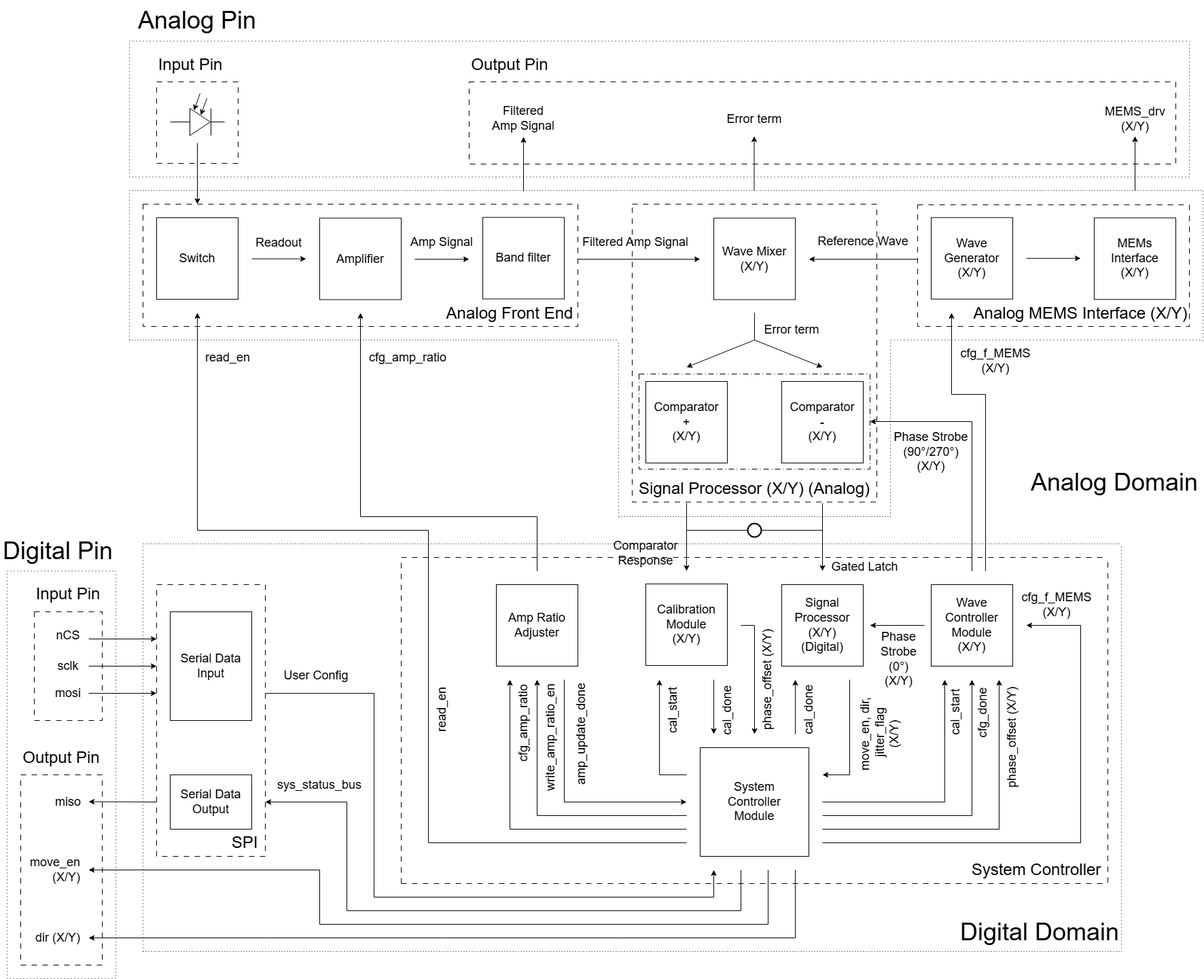
The draw.io diagram Media/ChipArchitect/Optical Probe Station Chip Architect.png in victoriatjhin/Probton, before a commit. Source tidied: cells renumbered, new cells last; positions are measured from the earlier drawing's top-left corner, leaving out a move shared by most shapes.
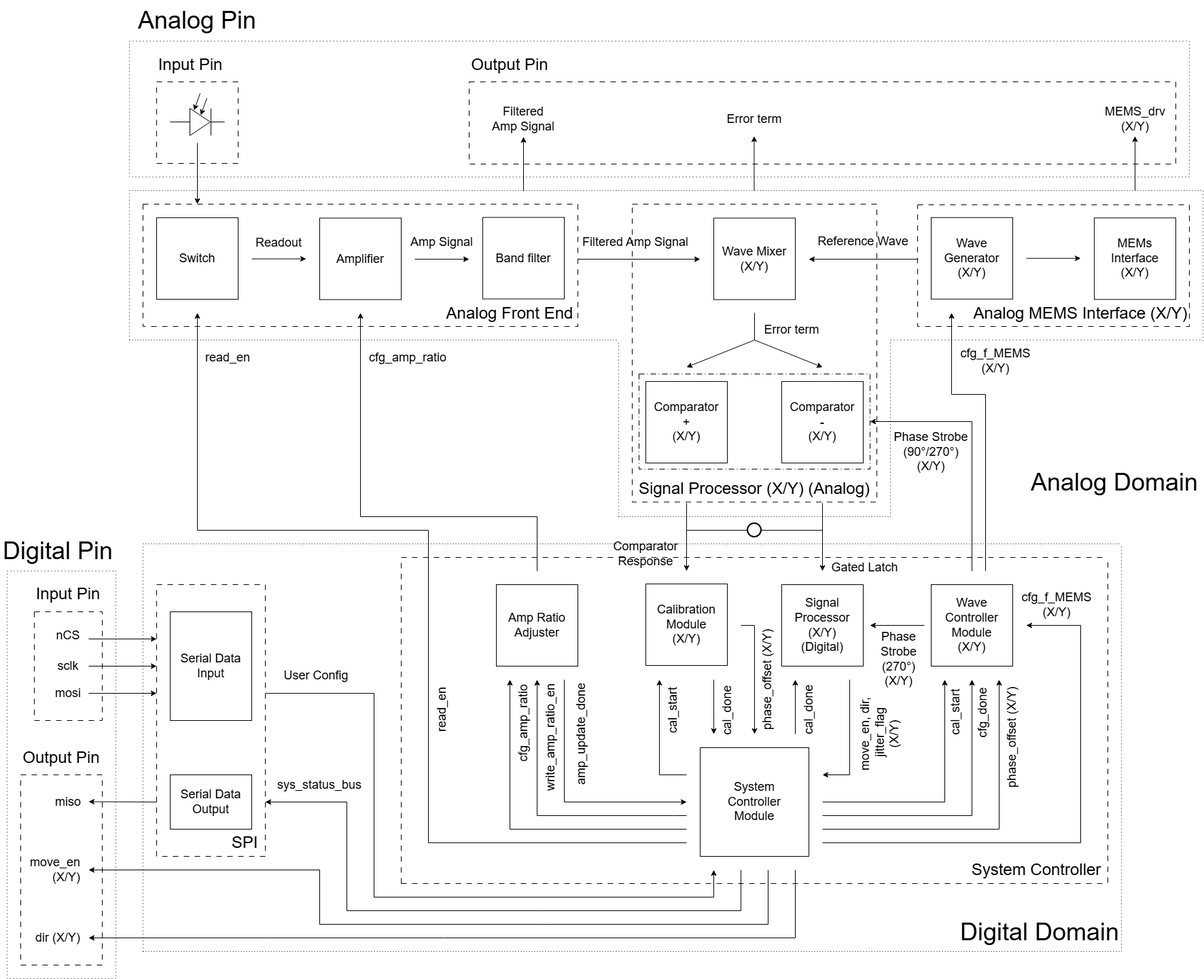
After the change.

Change to the diagram source:
```diff
@@ -490,7 +490,7 @@
         </Array>
       </mxGeometry>
     </mxCell>
-    <mxCell id="104" value="&lt;span style=&quot;font-size: 18px;&quot;&gt;Phase&lt;br&gt;Strobe&lt;/span&gt;&lt;br&gt;&lt;span style=&quot;font-size: 18px;&quot;&gt;(0°)&lt;/span&gt;&lt;br&gt;&lt;span style=&quot;font-size: 18px;&quot;&gt;(X/Y)&lt;/span&gt;" style="text;html=1;whiteSpace=wrap;strokeColor=none;fillColor=none;align=center;verticalAlign=middle;rounded=0;" parent="1" vertex="1">
+    <mxCell id="104" value="&lt;span style=&quot;font-size: 18px;&quot;&gt;Phase&lt;br&gt;Strobe&lt;/span&gt;&lt;br&gt;&lt;span style=&quot;font-size: 18px;&quot;&gt;(270°)&lt;/span&gt;&lt;br&gt;&lt;span style=&quot;font-size: 18px;&quot;&gt;(X/Y)&lt;/span&gt;" style="text;html=1;whiteSpace=wrap;strokeColor=none;fillColor=none;align=center;verticalAlign=middle;rounded=0;" parent="1" vertex="1">
       <mxGeometry x="1290" y="920" width="65" height="100" as="geometry" />
     </mxCell>
     <mxCell id="105" value="&lt;span style=&quot;font-size: 18px;&quot;&gt;phase_offset (X/Y)&lt;/span&gt;" style="text;html=1;whiteSpace=wrap;strokeColor=none;fillColor=none;align=center;verticalAlign=middle;rounded=0;rotation=-90;" parent="1" vertex="1">
```
